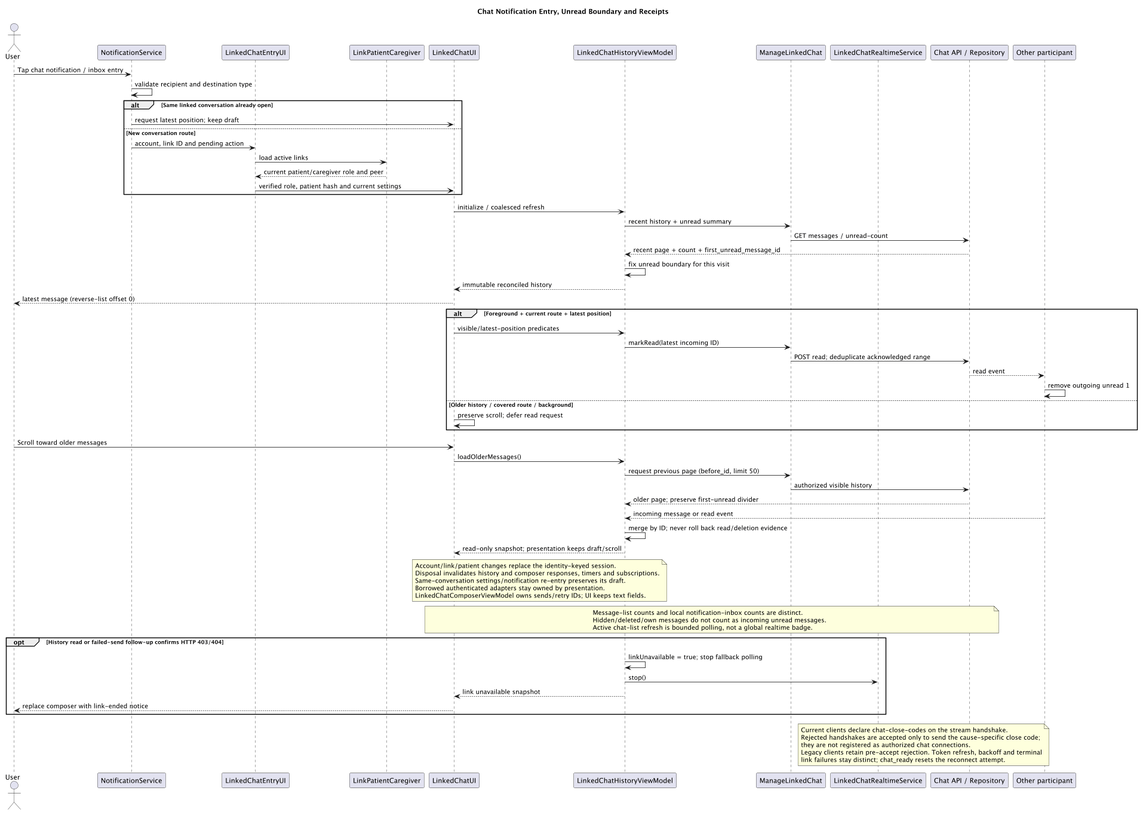
The PlantUML diagram docs/UML/sequence/ChatReadState.png in 1window2/MedBuddy, before a commit.
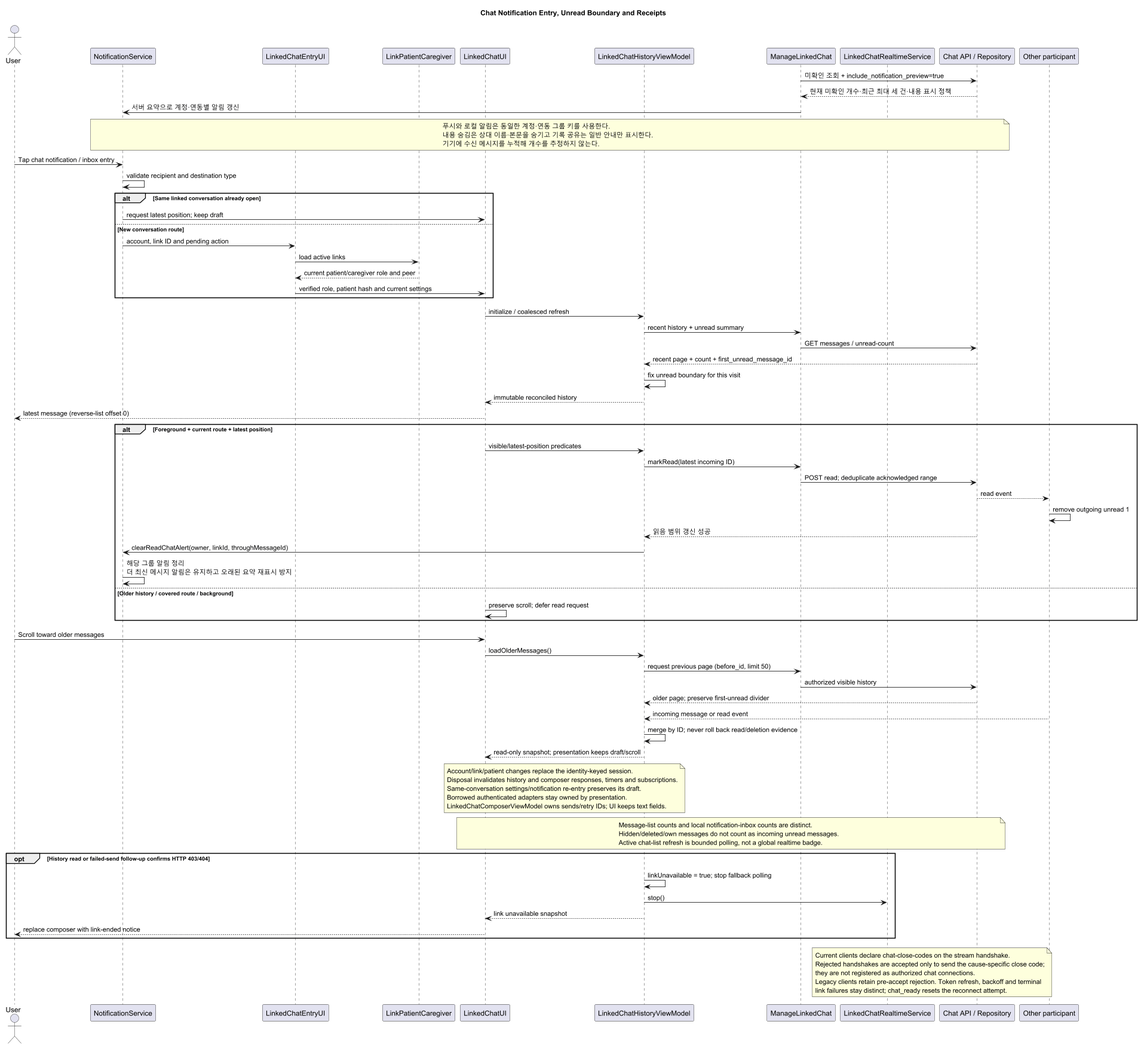
Above is the later version.

Commit message:
docs(chat): document grouped alerts and current shared-place lookup

What changed in the source:
```diff
@@ -13,6 +13,15 @@
 participant "LinkedChatRealtimeService" as Realtime
 participant "Chat API / Repository" as API
 participant "Other participant" as Peer
+
+Control -> API : 미확인 조회 + include_notification_preview=true
+API --> Control : 현재 미확인 개수·최근 최대 세 건·내용 표시 정책
+Control -> Notification : 서버 요약으로 계정·연동별 알림 갱신
+note over Notification,API
+  푸시와 로컬 알림은 동일한 계정·연동 그룹 키를 사용한다.
+  내용 숨김은 상대 이름·본문을 숨기고 기록 공유는 일반 안내만 표시한다.
+  기기에 수신 메시지를 누적해 개수를 추정하지 않는다.
+end note
 
 User -> Notification : Tap chat notification / inbox entry
 Notification -> Notification : validate recipient and destination type
@@ -38,6 +47,9 @@
   Control -> API : POST read; deduplicate acknowledged range
   API --> Peer : read event
   Peer -> Peer : remove outgoing unread 1
+  API --> History : 읽음 범위 갱신 성공
+  History -> Notification : clearReadChatAlert(owner, linkId, throughMessageId)
+  Notification -> Notification : 해당 그룹 알림 정리\n더 최신 메시지 알림은 유지하고 오래된 요약 재표시 방지
 else Older history / covered route / background
   UI -> UI : preserve scroll; defer read request
 end
```
